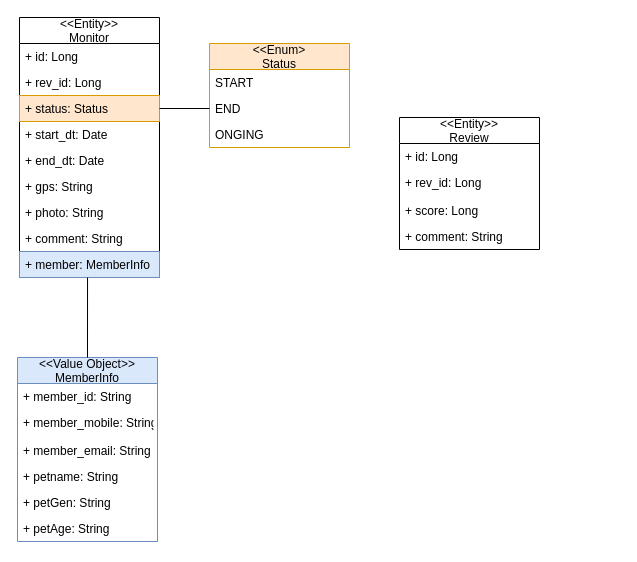
shimjinyoung/springbootpjt keeps this draw.io diagram as page "Page-3" (3 of 3) of Untitled Diagram.drawio. Above is the earlier version. Source tidied: cells renumbered, new cells numbered last; positions are measured from the earlier drawing's top-left corner, leaving out a move shared by most shapes. Both pictures are drawn from the tidied source at 100%, with x=0, y=0 at pixel (17, 17).
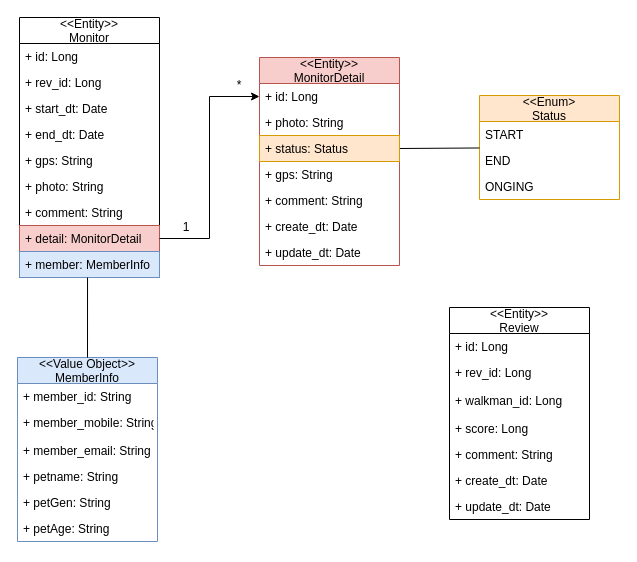
The same diagram, later.

The change refers to these unchanged cells:
```xml
<mxCell id="2" value="&lt;&lt;Entity&gt;&gt;&#10;Monitor" style="swimlane;fontStyle=0;horizontal=1;startSize=26;fillColor=none;" parent="1" vertex="1">
  <mxGeometry x="2" width="140" height="260" as="geometry" />
</mxCell>
<mxCell id="27" value="END" style="text;strokeColor=none;fillColor=none;align=left;verticalAlign=top;spacingLeft=4;spacingRight=4;overflow=hidden;points=[[0,0.5],[1,0.5]];portConstraint=eastwest;" parent="25" vertex="1">
  <mxGeometry y="52" width="140" height="26" as="geometry" />
</mxCell>
```

Diff of the diagram source:
```diff
@@
-    <mxCell id="5" value="+ status: Status" style="text;strokeColor=#d79b00;fillColor=#ffe6cc;align=left;verticalAlign=top;spacingLeft=4;spacingRight=4;overflow=hidden;points=[[0,0.5],[1,0.5]];portConstraint=eastwest;" parent="2" vertex="1">
-      <mxGeometry y="78" width="140" height="26" as="geometry" />
-    </mxCell>
     <mxCell id="6" value="+ start_dt: Date" style="text;strokeColor=none;fillColor=none;align=left;verticalAlign=top;spacingLeft=4;spacingRight=4;overflow=hidden;" parent="2" vertex="1">
-      <mxGeometry y="104" width="140" height="26" as="geometry" />
+      <mxGeometry y="78" width="140" height="26" as="geometry" />
     </mxCell>
     <mxCell id="7" value="+ end_dt: Date" style="text;strokeColor=none;fillColor=none;align=left;verticalAlign=top;spacingLeft=4;spacingRight=4;overflow=hidden;" parent="2" vertex="1">
-      <mxGeometry y="130" width="140" height="26" as="geometry" />
+      <mxGeometry y="104" width="140" height="26" as="geometry" />
     </mxCell>
     <mxCell id="8" value="+ gps: String" style="text;strokeColor=none;fillColor=none;align=left;verticalAlign=top;spacingLeft=4;spacingRight=4;overflow=hidden;" parent="2" vertex="1">
-      <mxGeometry y="156" width="140" height="26" as="geometry" />
+      <mxGeometry y="130" width="140" height="26" as="geometry" />
     </mxCell>
     <mxCell id="9" value="+ photo: String" style="text;strokeColor=none;fillColor=none;align=left;verticalAlign=top;spacingLeft=4;spacingRight=4;overflow=hidden;" parent="2" vertex="1">
-      <mxGeometry y="182" width="140" height="26" as="geometry" />
+      <mxGeometry y="156" width="140" height="26" as="geometry" />
     </mxCell>
+    <mxCell id="30" value="+ comment: String" style="text;strokeColor=none;fillColor=none;align=left;verticalAlign=top;spacingLeft=4;spacingRight=4;overflow=hidden;" parent="2" vertex="1">
+      <mxGeometry y="182" width="140" height="26" as="geometry" />
+    </mxCell>
-    <mxCell id="10" value="+ comment: String" style="text;strokeColor=none;fillColor=none;align=left;verticalAlign=top;spacingLeft=4;spacingRight=4;overflow=hidden;points=[[0,0.5],[1,0.5]];portConstraint=eastwest;" parent="2" vertex="1">
+    <mxCell id="10" value="+ detail: MonitorDetail" style="text;strokeColor=#b85450;fillColor=#f8cecc;align=left;verticalAlign=top;spacingLeft=4;spacingRight=4;overflow=hidden;points=[[0,0.5],[1,0.5]];portConstraint=eastwest;" parent="2" vertex="1">
       <mxGeometry y="208" width="140" height="26" as="geometry" />
     </mxCell>
@@
     <mxCell id="19" value="&lt;&lt;Entity&gt;&gt;&#10;Review" style="swimlane;fontStyle=0;horizontal=1;startSize=26;fillColor=none;" parent="1" vertex="1">
-      <mxGeometry x="382" y="100" width="140" height="132" as="geometry" />
+      <mxGeometry x="432" y="290" width="140" height="212" as="geometry" />
     </mxCell>
@@
+    <mxCell id="31" value="+ walkman_id: Long" style="text;strokeColor=none;fillColor=none;align=left;verticalAlign=top;spacingLeft=4;spacingRight=4;overflow=hidden;" parent="19" vertex="1">
+      <mxGeometry y="80" width="140" height="28" as="geometry" />
+    </mxCell>
     <mxCell id="22" value="+ score: Long" style="text;strokeColor=none;fillColor=none;align=left;verticalAlign=top;spacingLeft=4;spacingRight=4;overflow=hidden;" parent="19" vertex="1">
-      <mxGeometry y="80" width="140" height="26" as="geometry" />
+      <mxGeometry y="108" width="140" height="26" as="geometry" />
     </mxCell>
     <mxCell id="23" value="+ comment: String" style="text;strokeColor=none;fillColor=none;align=left;verticalAlign=top;spacingLeft=4;spacingRight=4;overflow=hidden;" parent="19" vertex="1">
-      <mxGeometry y="106" width="140" height="26" as="geometry" />
+      <mxGeometry y="134" width="140" height="26" as="geometry" />
     </mxCell>
+    <mxCell id="32" value="+ create_dt: Date" style="text;strokeColor=none;fillColor=none;align=left;verticalAlign=top;spacingLeft=4;spacingRight=4;overflow=hidden;" parent="19" vertex="1">
+      <mxGeometry y="160" width="140" height="26" as="geometry" />
+    </mxCell>
+    <mxCell id="33" value="+ update_dt: Date" style="text;strokeColor=none;fillColor=none;align=left;verticalAlign=top;spacingLeft=4;spacingRight=4;overflow=hidden;" parent="19" vertex="1">
+      <mxGeometry y="186" width="140" height="26" as="geometry" />
+    </mxCell>
@@
     <mxCell id="25" value="&lt;&lt;Enum&gt;&#10;Status" style="swimlane;fontStyle=0;horizontal=1;startSize=26;fillColor=#ffe6cc;strokeColor=#d79b00;" parent="1" vertex="1">
-      <mxGeometry x="192" y="26" width="140" height="104" as="geometry" />
+      <mxGeometry x="462" y="78" width="140" height="104" as="geometry" />
     </mxCell>
@@
-    <mxCell id="29" style="endArrow=none;html=1;exitX=1;exitY=0.5;exitDx=0;exitDy=0;entryX=0;entryY=0.5;entryDx=0;entryDy=0;" parent="1" edge="1" source="5" target="27">
+    <mxCell id="29" style="endArrow=none;html=1;exitX=1;exitY=0.5;exitDx=0;exitDy=0;" parent="1" edge="1" source="5" target="25">
       <mxGeometry relative="1" as="geometry" />
     </mxCell>
+    <mxCell id="34" value="&lt;&lt;Entity&gt;&gt;&#10;MonitorDetail" style="swimlane;fontStyle=0;horizontal=1;startSize=26;fillColor=#f8cecc;strokeColor=#b85450;" parent="1" vertex="1">
+      <mxGeometry x="242" y="40" width="140" height="208" as="geometry" />
+    </mxCell>
+    <mxCell id="35" value="+ id: Long" style="text;strokeColor=none;fillColor=none;align=left;verticalAlign=top;spacingLeft=4;spacingRight=4;overflow=hidden;points=[[0,0.5],[1,0.5]];portConstraint=eastwest;" parent="34" vertex="1">
+      <mxGeometry y="26" width="140" height="26" as="geometry" />
+    </mxCell>
+    <mxCell id="36" value="+ photo: String" style="text;strokeColor=none;fillColor=none;align=left;verticalAlign=top;spacingLeft=4;spacingRight=4;overflow=hidden;" parent="34" vertex="1">
+      <mxGeometry y="52" width="140" height="26" as="geometry" />
+    </mxCell>
+    <mxCell id="5" value="+ status: Status" style="text;strokeColor=#d79b00;fillColor=#ffe6cc;align=left;verticalAlign=top;spacingLeft=4;spacingRight=4;overflow=hidden;points=[[0,0.5],[1,0.5]];portConstraint=eastwest;" parent="34" vertex="1">
+      <mxGeometry y="78" width="140" height="26" as="geometry" />
+    </mxCell>
+    <mxCell id="37" value="+ gps: String" style="text;strokeColor=none;fillColor=none;align=left;verticalAlign=top;spacingLeft=4;spacingRight=4;overflow=hidden;" parent="34" vertex="1">
+      <mxGeometry y="104" width="140" height="26" as="geometry" />
+    </mxCell>
+    <mxCell id="38" value="+ comment: String" style="text;strokeColor=none;fillColor=none;align=left;verticalAlign=top;spacingLeft=4;spacingRight=4;overflow=hidden;" parent="34" vertex="1">
+      <mxGeometry y="130" width="140" height="26" as="geometry" />
+    </mxCell>
+    <mxCell id="39" value="+ create_dt: Date" style="text;strokeColor=none;fillColor=none;align=left;verticalAlign=top;spacingLeft=4;spacingRight=4;overflow=hidden;" parent="34" vertex="1">
+      <mxGeometry y="156" width="140" height="26" as="geometry" />
+    </mxCell>
+    <mxCell id="40" value="+ update_dt: Date" style="text;strokeColor=none;fillColor=none;align=left;verticalAlign=top;spacingLeft=4;spacingRight=4;overflow=hidden;" parent="34" vertex="1">
+      <mxGeometry y="182" width="140" height="26" as="geometry" />
+    </mxCell>
+    <mxCell id="41" style="edgeStyle=orthogonalEdgeStyle;rounded=0;jettySize=auto;html=1;entryX=0;entryY=0.5;entryDx=0;entryDy=0;exitX=1;exitY=0.5;exitDx=0;exitDy=0;" parent="1" edge="1" source="10" target="35">
+      <mxGeometry relative="1" as="geometry" />
+    </mxCell>
+    <mxCell id="42" value="1" style="text;html=1;strokeColor=none;fillColor=none;align=center;verticalAlign=middle;whiteSpace=wrap;rounded=0;" parent="1" vertex="1">
+      <mxGeometry x="149" y="200" width="40" height="20" as="geometry" />
+    </mxCell>
+    <mxCell id="43" value="*" style="text;html=1;strokeColor=none;fillColor=none;align=center;verticalAlign=middle;whiteSpace=wrap;rounded=0;" parent="1" vertex="1">
+      <mxGeometry x="202" y="58" width="40" height="20" as="geometry" />
+    </mxCell>
```
